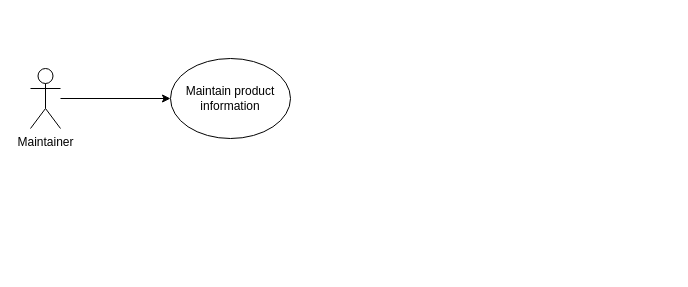
The draw.io diagram page "Page-1" (1 of 2) of Untitled Diagram.drawio in liye000/UsercaseDiagram, before the edit. Source tidied: cells renumbered, new cells numbered last; positions are measured from the earlier drawing's top-left corner, leaving out a move shared by most shapes. Both pictures are drawn from the tidied source at 100%, with x=0, y=0 at pixel (30, 58).
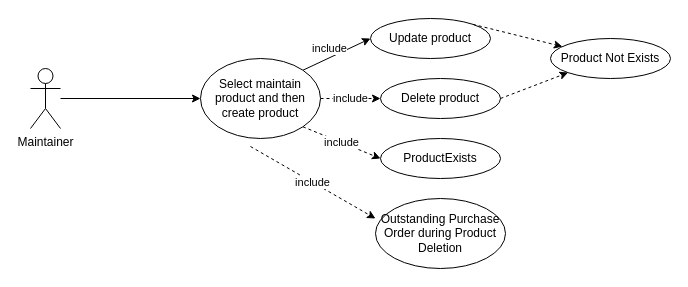
The same page after the edit.

The edit, as a diff of the source:
```diff
@@
 <mxGraphModel>
   <root>
     <mxCell id="0" />
     <mxCell id="1" parent="0" />
     <mxCell id="2" style="edgeStyle=orthogonalEdgeStyle;rounded=0;jettySize=auto;html=1;" parent="1" edge="1" source="3" target="4">
       <mxGeometry relative="1" as="geometry" />
     </mxCell>
     <mxCell id="3" value="Maintainer" style="shape=umlActor;verticalLabelPosition=bottom;verticalAlign=top;html=1;outlineConnect=0;" parent="1" vertex="1">
       <mxGeometry y="10" width="30" height="60" as="geometry" />
     </mxCell>
+    <mxCell id="5" style="rounded=0;jettySize=auto;html=1;exitX=1;exitY=0;exitDx=0;exitDy=0;entryX=0;entryY=0.5;entryDx=0;entryDy=0;" parent="1" edge="1" source="4" target="9">
+      <mxGeometry relative="1" as="geometry" />
+    </mxCell>
+    <mxCell id="6" value="include" style="edgeLabel;html=1;align=center;verticalAlign=middle;" parent="5" vertex="1">
+      <mxGeometry x="-0.2" y="2" relative="1" as="geometry">
+        <mxPoint y="-7.2" as="offset" />
+      </mxGeometry>
+    </mxCell>
+    <mxCell id="7" value="include" style="edgeStyle=none;rounded=0;jettySize=auto;html=1;exitX=1;exitY=0.5;exitDx=0;exitDy=0;entryX=0;entryY=0.5;entryDx=0;entryDy=0;dashed=1;" parent="1" edge="1" source="4" target="10">
+      <mxGeometry relative="1" as="geometry" />
+    </mxCell>
+    <mxCell id="8" value="include" style="edgeStyle=none;rounded=0;jettySize=auto;html=1;exitX=1;exitY=1;exitDx=0;exitDy=0;entryX=0;entryY=0.5;entryDx=0;entryDy=0;dashed=1;" parent="1" edge="1" source="4" target="11">
+      <mxGeometry relative="1" as="geometry" />
+    </mxCell>
-    <mxCell id="4" value="Maintain product information" style="ellipse;whiteSpace=wrap;html=1;" parent="1" vertex="1">
-      <mxGeometry x="140" width="120" height="80" as="geometry" />
+    <mxCell id="4" value="Select maintain product and then create product" style="ellipse;whiteSpace=wrap;html=1;" parent="1" vertex="1">
+      <mxGeometry x="170" width="120" height="80" as="geometry" />
     </mxCell>
+    <mxCell id="9" value="Update product" style="ellipse;whiteSpace=wrap;html=1;" parent="1" vertex="1">
+      <mxGeometry x="340" y="-40" width="120" height="40" as="geometry" />
+    </mxCell>
+    <mxCell id="10" value="Delete product" style="ellipse;whiteSpace=wrap;html=1;" parent="1" vertex="1">
+      <mxGeometry x="350" y="20" width="120" height="40" as="geometry" />
+    </mxCell>
+    <mxCell id="11" value="ProductExists" style="ellipse;whiteSpace=wrap;html=1;" parent="1" vertex="1">
+      <mxGeometry x="350" y="80" width="120" height="40" as="geometry" />
+    </mxCell>
+    <mxCell id="12" value="Product Not Exists" style="ellipse;whiteSpace=wrap;html=1;" parent="1" vertex="1">
+      <mxGeometry x="520" y="-20" width="120" height="40" as="geometry" />
+    </mxCell>
+    <mxCell id="13" value="Outstanding Purchase Order during Product Deletion" style="ellipse;whiteSpace=wrap;html=1;" parent="1" vertex="1">
+      <mxGeometry x="345" y="140" width="130" height="70" as="geometry" />
+    </mxCell>
+    <mxCell id="14" value="include" style="endArrow=classic;html=1;dashed=1;exitX=0.692;exitY=0.975;exitDx=0;exitDy=0;exitPerimeter=0;entryX=0;entryY=0.286;entryDx=0;entryDy=0;entryPerimeter=0;" parent="1" edge="1" target="13">
+      <mxGeometry relative="1" as="geometry">
+        <mxPoint x="220" y="88" as="sourcePoint" />
+      </mxGeometry>
+    </mxCell>
+    <mxCell id="15" style="endArrow=classic;html=1;dashed=1;exitX=1;exitY=0;exitDx=0;exitDy=0;" parent="1" edge="1" source="9" target="12">
+      <mxGeometry relative="1" as="geometry" />
+    </mxCell>
+    <mxCell id="16" style="endArrow=classic;html=1;dashed=1;exitX=1;exitY=0.5;exitDx=0;exitDy=0;entryX=0;entryY=1;entryDx=0;entryDy=0;" parent="1" edge="1" source="10" target="12">
+      <mxGeometry relative="1" as="geometry" />
+    </mxCell>
   </root>
 </mxGraphModel>
```
